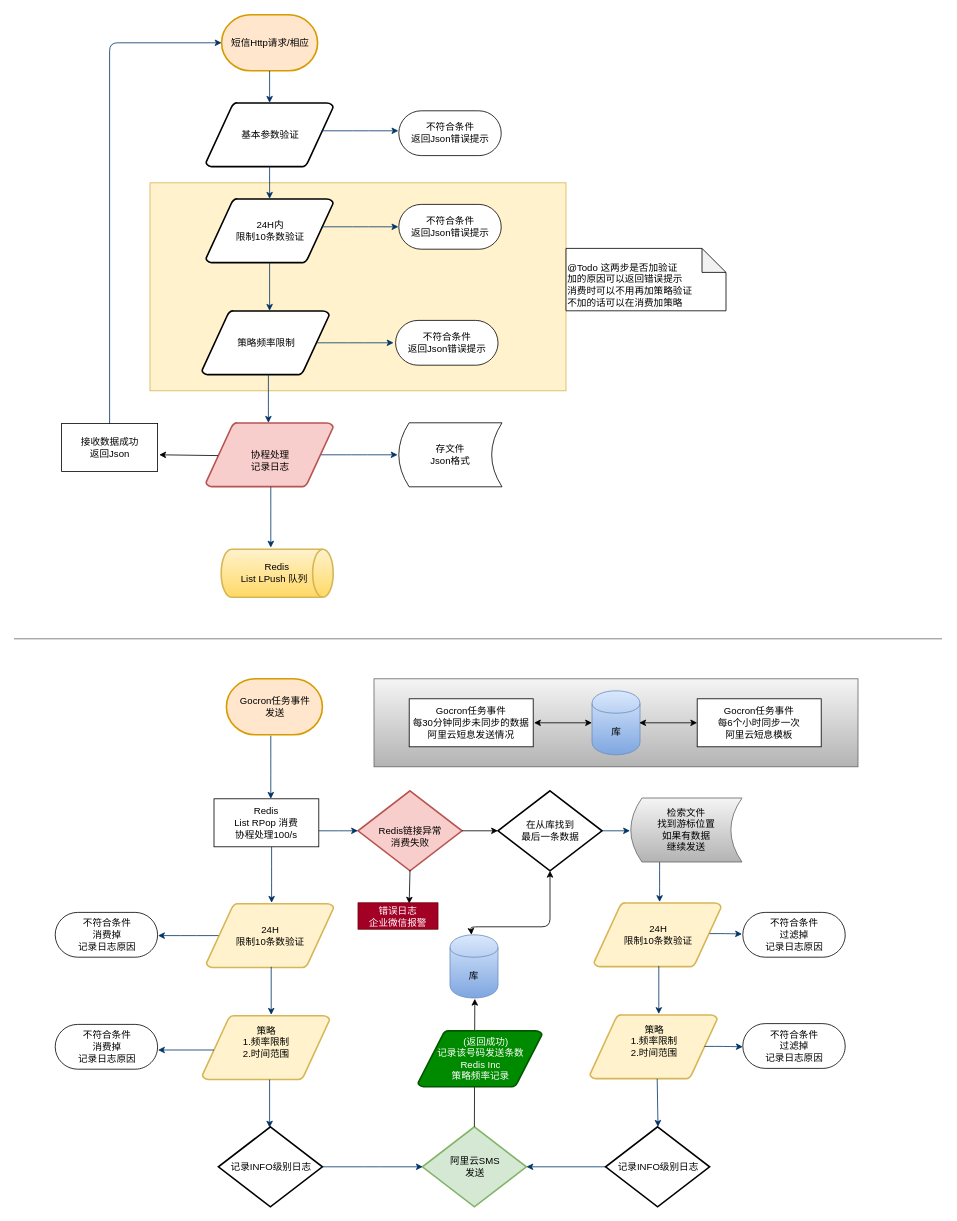
Above: 消息发送.drawio in akun87/activity (draw.io), before the change. Source tidied: cells renumbered, new cells numbered last; positions are measured from the earlier drawing's top-left corner, leaving out a move shared by most shapes. Both pictures are drawn from the tidied source at 80%, with x=0, y=0 at pixel (14, 14).
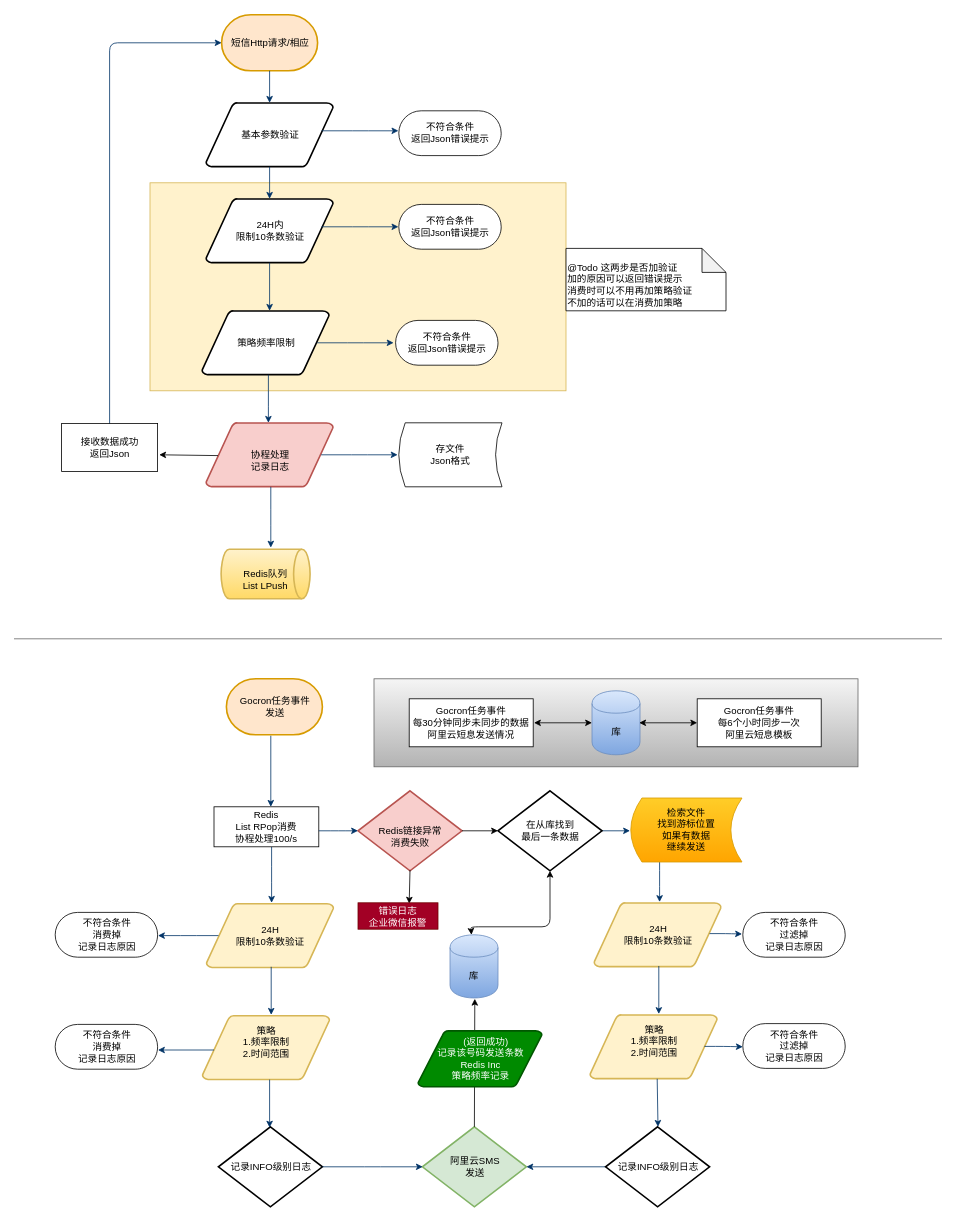
Above is the later version.

Commit message (it also covers changes not shown here):
更新消息发送.drawio

Diff of the diagram source:
```diff
@@
-    <mxCell id="16" style="edgeStyle=elbowEdgeStyle;elbow=horizontal;exitX=0.5;exitY=0.9;exitPerimeter=0;fontStyle=1;strokeColor=#003366;strokeWidth=1;html=1;" parent="1" edge="1">
+    <mxCell id="16" style="edgeStyle=elbowEdgeStyle;elbow=horizontal;exitX=0.5;exitY=0.9;exitPerimeter=0;fontStyle=1;strokeColor=#003366;strokeWidth=1;html=1;entryX=0.542;entryY=0;entryDx=0;entryDy=0;entryPerimeter=0;" parent="1" edge="1" target="48">
       <mxGeometry x="0.5" y="-50" as="geometry">
         <mxPoint x="321" y="901" as="sourcePoint" />
-        <mxPoint x="321" y="980" as="targetPoint" />
       </mxGeometry>
     </mxCell>
@@
-    <mxCell id="26" value="&lt;div&gt;存文件&lt;/div&gt;&lt;div&gt;Json格式&lt;br&gt;&lt;/div&gt;" style="shape=dataStorage;whiteSpace=wrap;html=1;" parent="1" vertex="1">
+    <mxCell id="26" value="&lt;div&gt;存文件&lt;/div&gt;&lt;div&gt;Json格式&lt;br&gt;&lt;/div&gt;" style="shape=dataStorage;whiteSpace=wrap;html=1;size=0.06201550387596899;" parent="1" vertex="1">
       <mxGeometry x="481" y="510" width="129" height="80" as="geometry" />
     </mxCell>
@@
-    <mxCell id="48" value="&lt;div&gt;&lt;br&gt;&lt;/div&gt;&lt;div&gt;&lt;br&gt;&lt;/div&gt;&lt;div&gt;Redis&lt;/div&gt;&lt;div&gt;List RPop 消费&lt;br&gt;&lt;/div&gt;&lt;div&gt;&lt;div&gt;协程处理100/s&lt;/div&gt;&lt;div&gt;&lt;br&gt;&lt;br&gt;&lt;/div&gt;&lt;/div&gt;" style="rounded=0;whiteSpace=wrap;html=1;" parent="1" vertex="1">
-      <mxGeometry x="250" y="980" width="131" height="60" as="geometry" />
+    <mxCell id="48" value="&lt;div&gt;&lt;br&gt;&lt;/div&gt;&lt;div&gt;&lt;br&gt;&lt;/div&gt;&lt;div&gt;Redis&lt;/div&gt;&lt;div&gt;List RPop消费&lt;br&gt;&lt;/div&gt;&lt;div&gt;&lt;div&gt;协程处理100/s&lt;/div&gt;&lt;div&gt;&lt;br&gt;&lt;br&gt;&lt;/div&gt;&lt;/div&gt;" style="rounded=0;whiteSpace=wrap;html=1;" parent="1" vertex="1">
+      <mxGeometry x="250" y="990" width="131" height="50" as="geometry" />
     </mxCell>
@@
-    <mxCell id="50" value="&lt;div&gt;&lt;br&gt;&lt;/div&gt;&lt;div&gt;&lt;br&gt;&lt;/div&gt;&lt;div&gt;&lt;br&gt;&lt;/div&gt;&lt;div&gt;检索文件&lt;/div&gt;&lt;div&gt;找到游标位置&lt;/div&gt;&lt;div&gt;如果有数据&lt;/div&gt;&lt;div&gt;继续发送&lt;/div&gt;&lt;div&gt;&lt;br&gt;&lt;br&gt;&lt;br&gt;&lt;/div&gt;" style="shape=dataStorage;whiteSpace=wrap;html=1;gradientColor=#b3b3b3;fillColor=#f5f5f5;strokeColor=#666666;" parent="1" vertex="1">
+    <mxCell id="50" value="&lt;div&gt;&lt;br&gt;&lt;/div&gt;&lt;div&gt;&lt;br&gt;&lt;/div&gt;&lt;div&gt;&lt;br&gt;&lt;/div&gt;&lt;div&gt;检索文件&lt;/div&gt;&lt;div&gt;找到游标位置&lt;/div&gt;&lt;div&gt;如果有数据&lt;/div&gt;&lt;div&gt;继续发送&lt;/div&gt;&lt;div&gt;&lt;br&gt;&lt;br&gt;&lt;br&gt;&lt;/div&gt;" style="shape=dataStorage;whiteSpace=wrap;html=1;gradientColor=#ffa500;fillColor=#ffcd28;strokeColor=#d79b00;" parent="1" vertex="1">
       <mxGeometry x="771" y="979" width="139" height="80" as="geometry" />
     </mxCell>
@@
-    <mxCell id="64" value="&lt;div&gt;Redis&lt;/div&gt;&lt;div&gt;List LPush 队列&amp;nbsp;&amp;nbsp; &lt;br&gt;&lt;/div&gt;" style="strokeWidth=2;html=1;shape=mxgraph.flowchart.direct_data;whiteSpace=wrap;gradientColor=#ffd966;fillColor=#fff2cc;strokeColor=#d6b656;" parent="1" vertex="1">
-      <mxGeometry x="259" y="668" width="140" height="60" as="geometry" />
+    <mxCell id="64" value="&lt;div&gt;&lt;br&gt;&lt;/div&gt;&lt;div&gt;&lt;br&gt;&lt;/div&gt;&lt;div&gt;Redis队列&lt;/div&gt;&lt;div&gt;List LPush &lt;br&gt;&lt;/div&gt;&lt;div&gt;&amp;nbsp;&amp;nbsp; &lt;br&gt;&lt;/div&gt;" style="strokeWidth=2;html=1;shape=mxgraph.flowchart.direct_data;whiteSpace=wrap;gradientColor=#ffd966;fillColor=#fff2cc;strokeColor=#d6b656;" parent="1" vertex="1">
+      <mxGeometry x="259" y="668" width="111" height="62" as="geometry" />
     </mxCell>
```
